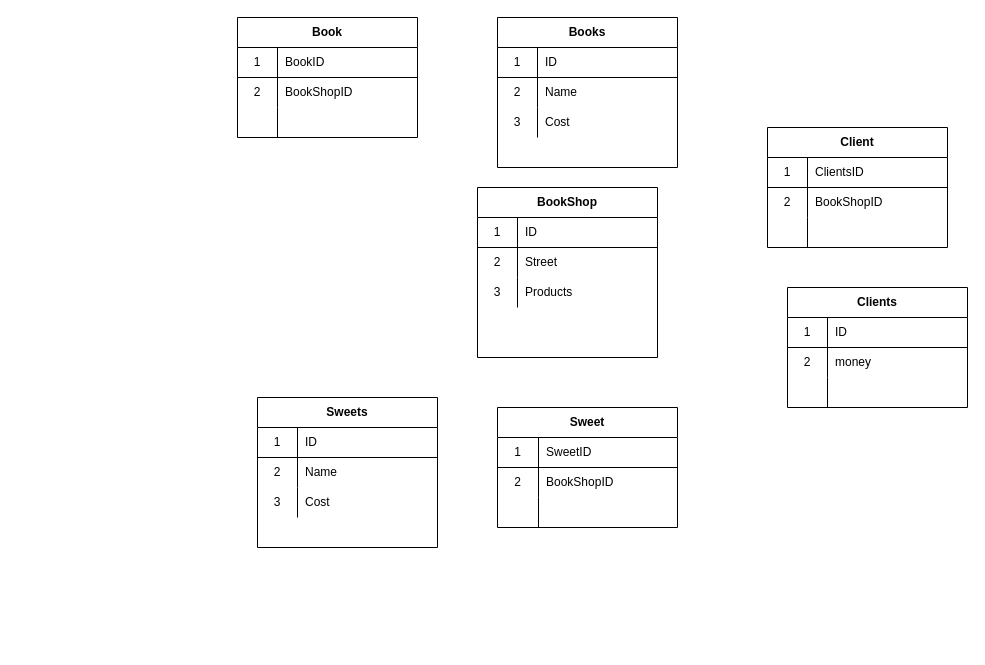
The draw.io diagram Untitled Diagram.drawio in Isska-prog/Autor, before the edit. Source tidied: cells renumbered, new cells numbered last; positions are measured from the earlier drawing's top-left corner, leaving out a move shared by most shapes. Both pictures are drawn from the tidied source at 100%, with x=0, y=0 at pixel (237, 17).
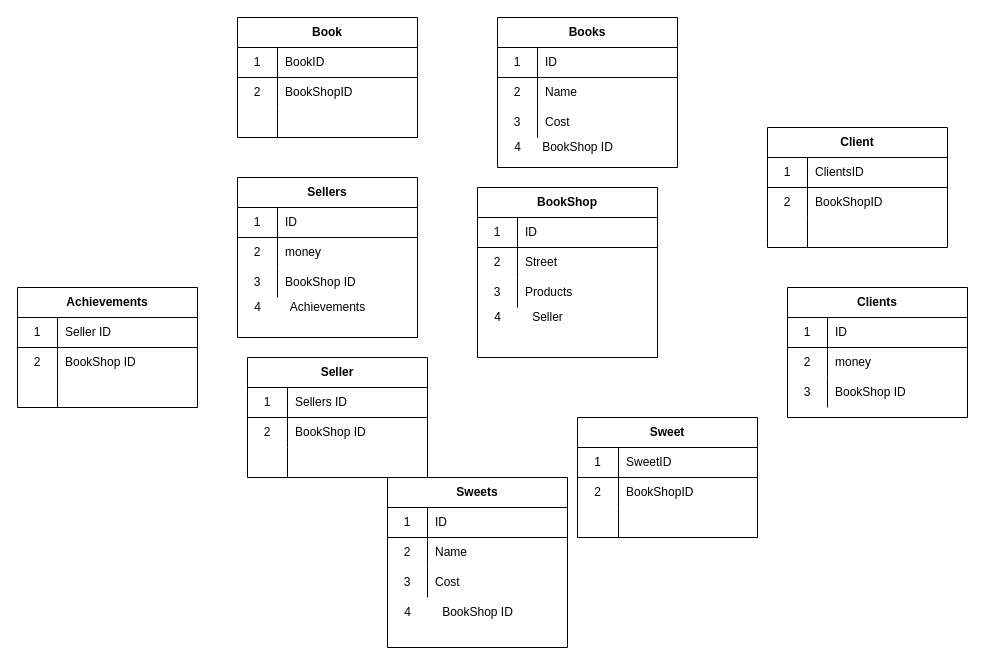
The same diagram, later.

The change refers to these unchanged cells:
```xml
<mxCell id="39" style="shape=partialRectangle;html=1;whiteSpace=wrap;fillColor=none;top=0;left=0;bottom=0;right=0;" parent="32" vertex="1">
  <mxGeometry y="90" width="180" height="30" as="geometry" />
</mxCell>
```

Change to the diagram source:
```diff
@@
     <mxCell id="32" value="Clients" style="shape=table;html=1;whiteSpace=wrap;startSize=30;childLayout=tableLayout;rowLines=0;fontStyle=1;align=center;" parent="1" vertex="1">
-      <mxGeometry x="550" y="270" width="180" height="120" as="geometry" />
+      <mxGeometry x="550" y="270" width="180" height="130" as="geometry" />
     </mxCell>
@@
-    <mxCell id="40" style="shape=partialRectangle;html=1;whiteSpace=wrap;fillColor=none;top=0;left=0;bottom=0;right=0;overflow=hidden;" parent="39" vertex="1">
+    <mxCell id="40" value="3" style="shape=partialRectangle;html=1;whiteSpace=wrap;fillColor=none;top=0;left=0;bottom=0;right=0;overflow=hidden;" parent="39" vertex="1">
       <mxGeometry width="40" height="30" as="geometry" />
     </mxCell>
-    <mxCell id="41" style="shape=partialRectangle;html=1;whiteSpace=wrap;fillColor=none;top=0;left=0;bottom=0;right=0;align=left;spacingLeft=6;overflow=hidden;" parent="39" vertex="1">
+    <mxCell id="41" value="BookShop ID" style="shape=partialRectangle;html=1;whiteSpace=wrap;fillColor=none;top=0;left=0;bottom=0;right=0;align=left;spacingLeft=6;overflow=hidden;" parent="39" vertex="1">
       <mxGeometry x="40" width="140" height="30" as="geometry" />
     </mxCell>
     <mxCell id="42" value="Sweets" style="shape=table;html=1;whiteSpace=wrap;startSize=30;childLayout=tableLayout;rowLines=0;fontStyle=1;align=center;" parent="1" vertex="1">
-      <mxGeometry x="20" y="380" width="180" height="150" as="geometry" />
+      <mxGeometry x="150" y="460" width="180" height="170" as="geometry" />
     </mxCell>
@@
     <mxCell id="52" value="Sweet" style="shape=table;html=1;whiteSpace=wrap;startSize=30;childLayout=tableLayout;rowLines=0;fontStyle=1;align=center;" parent="1" vertex="1">
-      <mxGeometry x="260" y="390" width="180" height="120" as="geometry" />
+      <mxGeometry x="340" y="400" width="180" height="120" as="geometry" />
     </mxCell>
@@
+    <mxCell id="72" value="4" style="text;html=1;align=center;verticalAlign=middle;strokeColor=none;" parent="1" vertex="1">
+      <mxGeometry x="270" y="120" width="20" height="20" as="geometry" />
+    </mxCell>
+    <mxCell id="73" value="BookShop ID" style="text;html=1;align=center;verticalAlign=middle;strokeColor=none;" parent="1" vertex="1">
+      <mxGeometry x="295" y="120" width="90" height="20" as="geometry" />
+    </mxCell>
+    <mxCell id="74" value="4" style="text;html=1;align=center;verticalAlign=middle;strokeColor=none;" parent="1" vertex="1">
+      <mxGeometry x="160" y="585" width="20" height="20" as="geometry" />
+    </mxCell>
+    <mxCell id="75" value="BookShop ID" style="text;html=1;align=center;verticalAlign=middle;strokeColor=none;" parent="1" vertex="1">
+      <mxGeometry x="195" y="585" width="90" height="20" as="geometry" />
+    </mxCell>
+    <mxCell id="76" value="4" style="text;html=1;align=center;verticalAlign=middle;strokeColor=none;" parent="1" vertex="1">
+      <mxGeometry x="250" y="290" width="20" height="20" as="geometry" />
+    </mxCell>
+    <mxCell id="77" value="Seller" style="text;html=1;align=center;verticalAlign=middle;strokeColor=none;" parent="1" vertex="1">
+      <mxGeometry x="285" y="290" width="50" height="20" as="geometry" />
+    </mxCell>
+    <mxCell id="78" value="Sellers" style="shape=table;html=1;whiteSpace=wrap;startSize=30;childLayout=tableLayout;rowLines=0;fontStyle=1;align=center;" parent="1" vertex="1">
+      <mxGeometry y="160" width="180" height="160" as="geometry" />
+    </mxCell>
+    <mxCell id="79" style="shape=partialRectangle;html=1;whiteSpace=wrap;fillColor=none;top=0;left=0;bottom=1;right=0;" parent="78" vertex="1">
+      <mxGeometry y="30" width="180" height="30" as="geometry" />
+    </mxCell>
+    <mxCell id="80" value="1" style="shape=partialRectangle;html=1;whiteSpace=wrap;fillColor=none;top=0;left=0;bottom=0;right=0;overflow=hidden;" parent="79" vertex="1">
+      <mxGeometry width="40" height="30" as="geometry" />
+    </mxCell>
+    <mxCell id="81" value="ID" style="shape=partialRectangle;html=1;whiteSpace=wrap;fillColor=none;top=0;left=0;bottom=0;right=0;align=left;spacingLeft=6;overflow=hidden;" parent="79" vertex="1">
+      <mxGeometry x="40" width="140" height="30" as="geometry" />
+    </mxCell>
+    <mxCell id="82" style="shape=partialRectangle;html=1;whiteSpace=wrap;fillColor=none;top=0;left=0;bottom=0;right=0;" parent="78" vertex="1">
+      <mxGeometry y="60" width="180" height="30" as="geometry" />
+    </mxCell>
+    <mxCell id="83" value="2" style="shape=partialRectangle;html=1;whiteSpace=wrap;fillColor=none;top=0;left=0;bottom=0;right=0;overflow=hidden;" parent="82" vertex="1">
+      <mxGeometry width="40" height="30" as="geometry" />
+    </mxCell>
+    <mxCell id="84" value="money" style="shape=partialRectangle;html=1;whiteSpace=wrap;fillColor=none;top=0;left=0;bottom=0;right=0;align=left;spacingLeft=6;overflow=hidden;" parent="82" vertex="1">
+      <mxGeometry x="40" width="140" height="30" as="geometry" />
+    </mxCell>
+    <mxCell id="85" style="shape=partialRectangle;html=1;whiteSpace=wrap;fillColor=none;top=0;left=0;bottom=0;right=0;" parent="78" vertex="1">
+      <mxGeometry y="90" width="180" height="30" as="geometry" />
+    </mxCell>
+    <mxCell id="86" value="3" style="shape=partialRectangle;html=1;whiteSpace=wrap;fillColor=none;top=0;left=0;bottom=0;right=0;overflow=hidden;" parent="85" vertex="1">
+      <mxGeometry width="40" height="30" as="geometry" />
+    </mxCell>
+    <mxCell id="87" value="BookShop ID" style="shape=partialRectangle;html=1;whiteSpace=wrap;fillColor=none;top=0;left=0;bottom=0;right=0;align=left;spacingLeft=6;overflow=hidden;" parent="85" vertex="1">
+      <mxGeometry x="40" width="140" height="30" as="geometry" />
+    </mxCell>
+    <mxCell id="88" value="4" style="text;html=1;align=center;verticalAlign=middle;strokeColor=none;" parent="1" vertex="1">
+      <mxGeometry x="10" y="280" width="20" height="20" as="geometry" />
+    </mxCell>
+    <mxCell id="89" value="Achievements" style="text;html=1;align=center;verticalAlign=middle;strokeColor=none;" parent="1" vertex="1">
+      <mxGeometry x="45" y="280" width="90" height="20" as="geometry" />
+    </mxCell>
+    <mxCell id="90" value="Achievements" style="shape=table;html=1;whiteSpace=wrap;startSize=30;childLayout=tableLayout;rowLines=0;fontStyle=1;align=center;" parent="1" vertex="1">
+      <mxGeometry x="-220" y="270" width="180" height="120" as="geometry" />
+    </mxCell>
+    <mxCell id="91" style="shape=partialRectangle;html=1;whiteSpace=wrap;fillColor=none;top=0;left=0;bottom=1;right=0;" parent="90" vertex="1">
+      <mxGeometry y="30" width="180" height="30" as="geometry" />
+    </mxCell>
+    <mxCell id="92" value="1" style="shape=partialRectangle;html=1;whiteSpace=wrap;fillColor=none;top=0;left=0;bottom=0;right=0;overflow=hidden;" parent="91" vertex="1">
+      <mxGeometry width="40" height="30" as="geometry" />
+    </mxCell>
+    <mxCell id="93" value="Seller ID" style="shape=partialRectangle;html=1;whiteSpace=wrap;fillColor=none;top=0;left=0;bottom=0;right=0;align=left;spacingLeft=6;overflow=hidden;" parent="91" vertex="1">
+      <mxGeometry x="40" width="140" height="30" as="geometry" />
+    </mxCell>
+    <mxCell id="94" style="shape=partialRectangle;html=1;whiteSpace=wrap;fillColor=none;top=0;left=0;bottom=0;right=0;" parent="90" vertex="1">
+      <mxGeometry y="60" width="180" height="30" as="geometry" />
+    </mxCell>
+    <mxCell id="95" value="2" style="shape=partialRectangle;html=1;whiteSpace=wrap;fillColor=none;top=0;left=0;bottom=0;right=0;overflow=hidden;" parent="94" vertex="1">
+      <mxGeometry width="40" height="30" as="geometry" />
+    </mxCell>
+    <mxCell id="96" value="BookShop ID" style="shape=partialRectangle;html=1;whiteSpace=wrap;fillColor=none;top=0;left=0;bottom=0;right=0;align=left;spacingLeft=6;overflow=hidden;" parent="94" vertex="1">
+      <mxGeometry x="40" width="140" height="30" as="geometry" />
+    </mxCell>
+    <mxCell id="97" style="shape=partialRectangle;html=1;whiteSpace=wrap;fillColor=none;top=0;left=0;bottom=0;right=0;" parent="90" vertex="1">
+      <mxGeometry y="90" width="180" height="30" as="geometry" />
+    </mxCell>
+    <mxCell id="98" style="shape=partialRectangle;html=1;whiteSpace=wrap;fillColor=none;top=0;left=0;bottom=0;right=0;overflow=hidden;" parent="97" vertex="1">
+      <mxGeometry width="40" height="30" as="geometry" />
+    </mxCell>
+    <mxCell id="99" style="shape=partialRectangle;html=1;whiteSpace=wrap;fillColor=none;top=0;left=0;bottom=0;right=0;align=left;spacingLeft=6;overflow=hidden;" parent="97" vertex="1">
+      <mxGeometry x="40" width="140" height="30" as="geometry" />
+    </mxCell>
+    <mxCell id="100" value="Seller" style="shape=table;html=1;whiteSpace=wrap;startSize=30;childLayout=tableLayout;rowLines=0;fontStyle=1;align=center;" parent="1" vertex="1">
+      <mxGeometry x="10" y="340" width="180" height="120" as="geometry" />
+    </mxCell>
+    <mxCell id="101" style="shape=partialRectangle;html=1;whiteSpace=wrap;fillColor=none;top=0;left=0;bottom=1;right=0;" parent="100" vertex="1">
+      <mxGeometry y="30" width="180" height="30" as="geometry" />
+    </mxCell>
+    <mxCell id="102" value="1" style="shape=partialRectangle;html=1;whiteSpace=wrap;fillColor=none;top=0;left=0;bottom=0;right=0;overflow=hidden;" parent="101" vertex="1">
+      <mxGeometry width="40" height="30" as="geometry" />
+    </mxCell>
+    <mxCell id="103" value="Sellers ID" style="shape=partialRectangle;html=1;whiteSpace=wrap;fillColor=none;top=0;left=0;bottom=0;right=0;align=left;spacingLeft=6;overflow=hidden;" parent="101" vertex="1">
+      <mxGeometry x="40" width="140" height="30" as="geometry" />
+    </mxCell>
+    <mxCell id="104" style="shape=partialRectangle;html=1;whiteSpace=wrap;fillColor=none;top=0;left=0;bottom=0;right=0;" parent="100" vertex="1">
+      <mxGeometry y="60" width="180" height="30" as="geometry" />
+    </mxCell>
+    <mxCell id="105" value="2" style="shape=partialRectangle;html=1;whiteSpace=wrap;fillColor=none;top=0;left=0;bottom=0;right=0;overflow=hidden;" parent="104" vertex="1">
+      <mxGeometry width="40" height="30" as="geometry" />
+    </mxCell>
+    <mxCell id="106" value="BookShop ID" style="shape=partialRectangle;html=1;whiteSpace=wrap;fillColor=none;top=0;left=0;bottom=0;right=0;align=left;spacingLeft=6;overflow=hidden;" parent="104" vertex="1">
+      <mxGeometry x="40" width="140" height="30" as="geometry" />
+    </mxCell>
+    <mxCell id="107" style="shape=partialRectangle;html=1;whiteSpace=wrap;fillColor=none;top=0;left=0;bottom=0;right=0;" parent="100" vertex="1">
+      <mxGeometry y="90" width="180" height="30" as="geometry" />
+    </mxCell>
+    <mxCell id="108" style="shape=partialRectangle;html=1;whiteSpace=wrap;fillColor=none;top=0;left=0;bottom=0;right=0;overflow=hidden;" parent="107" vertex="1">
+      <mxGeometry width="40" height="30" as="geometry" />
+    </mxCell>
+    <mxCell id="109" style="shape=partialRectangle;html=1;whiteSpace=wrap;fillColor=none;top=0;left=0;bottom=0;right=0;align=left;spacingLeft=6;overflow=hidden;" parent="107" vertex="1">
+      <mxGeometry x="40" width="140" height="30" as="geometry" />
+    </mxCell>
```
